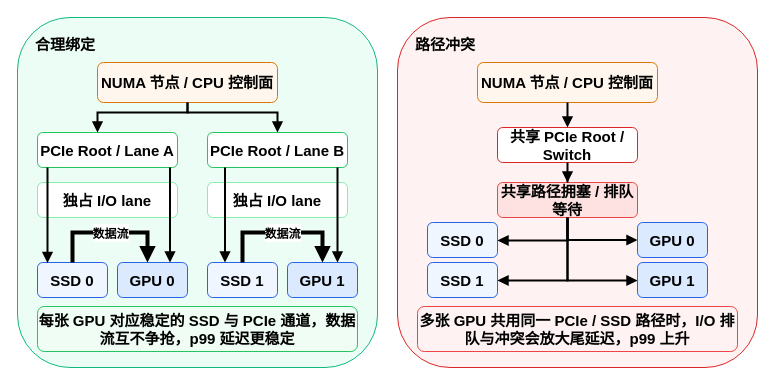
HuangEven/latex-template keeps this draw.io diagram as figures/fig5_3_topology_aware_io_lane.drawio. Above is the earlier version. Source tidied: cells renumbered, new cells numbered last; positions are measured from the earlier drawing's top-left corner, leaving out a move shared by most shapes. Both pictures are drawn from the tidied source at 100%, with x=0, y=0 at pixel (17, 17).
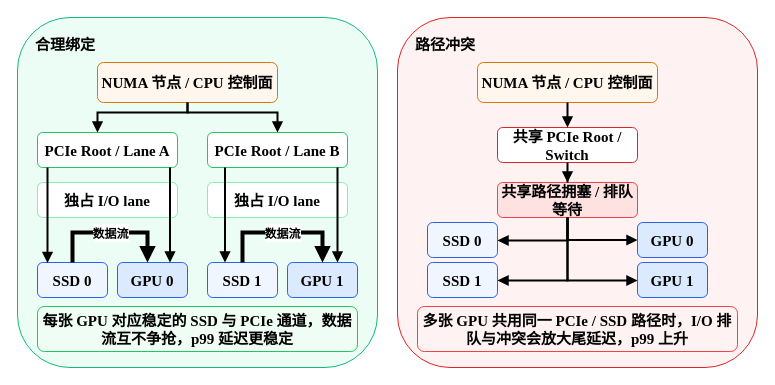
After the change.

What changed in the source:
```diff
@@
-    <mxCell id="2" value="合理绑定" style="rounded=1;whiteSpace=wrap;html=1;fillColor=#ECFDF5;strokeColor=#10B981;fontStyle=1;fontSize=15;align=left;spacingLeft=16;verticalAlign=top;spacingTop=12;fontColor=#000000;" parent="1" vertex="1">
+    <mxCell id="2" value="合理绑定" style="rounded=1;whiteSpace=wrap;html=1;fillColor=#ECFDF5;strokeColor=#10B981;fontStyle=1;fontSize=15;align=left;spacingLeft=16;verticalAlign=top;spacingTop=12;fontColor=#000000;fontFamily=Times New Roman;" parent="1" vertex="1">
       <mxGeometry width="360" height="350" as="geometry" />
     </mxCell>
-    <mxCell id="3" value="路径冲突" style="rounded=1;whiteSpace=wrap;html=1;fillColor=#FEF2F2;strokeColor=#DC2626;fontStyle=1;fontSize=15;align=left;spacingLeft=16;verticalAlign=top;spacingTop=12;fontColor=#000000;" parent="1" vertex="1">
+    <mxCell id="3" value="路径冲突" style="rounded=1;whiteSpace=wrap;html=1;fillColor=#FEF2F2;strokeColor=#DC2626;fontStyle=1;fontSize=15;align=left;spacingLeft=16;verticalAlign=top;spacingTop=12;fontColor=#000000;fontFamily=Times New Roman;" parent="1" vertex="1">
       <mxGeometry x="380" width="360" height="350" as="geometry" />
     </mxCell>
-    <mxCell id="4" value="NUMA 节点 / CPU 控制面" style="rounded=1;whiteSpace=wrap;html=1;fillColor=#FFF7ED;strokeColor=#D97706;fontStyle=1;fontSize=15;fontColor=#000000;" parent="1" vertex="1">
+    <mxCell id="4" value="NUMA 节点 / CPU 控制面" style="rounded=1;whiteSpace=wrap;html=1;fillColor=#FFF7ED;strokeColor=#D97706;fontStyle=1;fontSize=15;fontColor=#000000;fontFamily=Times New Roman;" parent="1" vertex="1">
       <mxGeometry x="80" y="45" width="180" height="40" as="geometry" />
     </mxCell>
-    <mxCell id="5" value="PCIe Root / Lane A" style="rounded=1;whiteSpace=wrap;html=1;fillColor=#FFFFFF;strokeColor=#22C55E;fontStyle=1;fontSize=15;fontColor=#000000;" parent="1" vertex="1">
+    <mxCell id="5" value="PCIe Root / Lane A" style="rounded=1;whiteSpace=wrap;html=1;fillColor=#FFFFFF;strokeColor=#22C55E;fontStyle=1;fontSize=15;fontColor=#000000;fontFamily=Times New Roman;" parent="1" vertex="1">
       <mxGeometry x="20" y="115" width="140" height="35" as="geometry" />
     </mxCell>
-    <mxCell id="6" value="PCIe Root / Lane B" style="rounded=1;whiteSpace=wrap;html=1;fillColor=#FFFFFF;strokeColor=#22C55E;fontStyle=1;fontSize=15;fontColor=#000000;" parent="1" vertex="1">
+    <mxCell id="6" value="PCIe Root / Lane B" style="rounded=1;whiteSpace=wrap;html=1;fillColor=#FFFFFF;strokeColor=#22C55E;fontStyle=1;fontSize=15;fontColor=#000000;fontFamily=Times New Roman;" parent="1" vertex="1">
       <mxGeometry x="190" y="115" width="140" height="35" as="geometry" />
     </mxCell>
-    <mxCell id="7" value="SSD 0" style="rounded=1;whiteSpace=wrap;html=1;fillColor=#EFF6FF;strokeColor=#2563EB;fontSize=15;fontStyle=1;fontColor=#000000;" parent="1" vertex="1">
+    <mxCell id="7" value="SSD 0" style="rounded=1;whiteSpace=wrap;html=1;fillColor=#EFF6FF;strokeColor=#2563EB;fontSize=15;fontStyle=1;fontColor=#000000;fontFamily=Times New Roman;" parent="1" vertex="1">
       <mxGeometry x="20" y="245" width="70" height="35" as="geometry" />
     </mxCell>
-    <mxCell id="8" value="GPU 0" style="rounded=1;whiteSpace=wrap;html=1;fillColor=#DBEAFE;strokeColor=#2563EB;fontSize=15;fontStyle=1;fontColor=#000000;" parent="1" vertex="1">
+    <mxCell id="8" value="GPU 0" style="rounded=1;whiteSpace=wrap;html=1;fillColor=#DBEAFE;strokeColor=#2563EB;fontSize=15;fontStyle=1;fontColor=#000000;fontFamily=Times New Roman;" parent="1" vertex="1">
       <mxGeometry x="100" y="245" width="70" height="35" as="geometry" />
     </mxCell>
-    <mxCell id="9" value="SSD 1" style="rounded=1;whiteSpace=wrap;html=1;fillColor=#EFF6FF;strokeColor=#2563EB;fontSize=15;fontStyle=1;fontColor=#000000;" parent="1" vertex="1">
+    <mxCell id="9" value="SSD 1" style="rounded=1;whiteSpace=wrap;html=1;fillColor=#EFF6FF;strokeColor=#2563EB;fontSize=15;fontStyle=1;fontColor=#000000;fontFamily=Times New Roman;" parent="1" vertex="1">
       <mxGeometry x="190" y="245" width="70" height="35" as="geometry" />
     </mxCell>
-    <mxCell id="10" value="GPU 1" style="rounded=1;whiteSpace=wrap;html=1;fillColor=#DBEAFE;strokeColor=#2563EB;fontSize=15;fontStyle=1;rotation=0;fontColor=#000000;" parent="1" vertex="1">
+    <mxCell id="10" value="GPU 1" style="rounded=1;whiteSpace=wrap;html=1;fillColor=#DBEAFE;strokeColor=#2563EB;fontSize=15;fontStyle=1;rotation=0;fontColor=#000000;fontFamily=Times New Roman;" parent="1" vertex="1">
       <mxGeometry x="270" y="245" width="70" height="35" as="geometry" />
     </mxCell>
-    <mxCell id="11" value="独占 I/O lane" style="rounded=1;whiteSpace=wrap;html=1;fillColor=#FFFFFF;strokeColor=#86EFAC;fontSize=15;fontColor=#000000;fontStyle=1;" parent="1" vertex="1">
+    <mxCell id="11" value="独占 I/O lane" style="rounded=1;whiteSpace=wrap;html=1;fillColor=#FFFFFF;strokeColor=#86EFAC;fontSize=15;fontColor=#000000;fontStyle=1;fontFamily=Times New Roman;" parent="1" vertex="1">
       <mxGeometry x="20" y="165" width="140" height="35" as="geometry" />
     </mxCell>
-    <mxCell id="12" value="独占 I/O lane" style="rounded=1;whiteSpace=wrap;html=1;fillColor=#FFFFFF;strokeColor=#86EFAC;fontSize=15;fontColor=#000000;fontStyle=1;" parent="1" vertex="1">
+    <mxCell id="12" value="独占 I/O lane" style="rounded=1;whiteSpace=wrap;html=1;fillColor=#FFFFFF;strokeColor=#86EFAC;fontSize=15;fontColor=#000000;fontStyle=1;fontFamily=Times New Roman;" parent="1" vertex="1">
       <mxGeometry x="190" y="165" width="140" height="35" as="geometry" />
     </mxCell>
-    <mxCell id="13" value="每张 GPU 对应稳定的 SSD 与 PCIe 通道，数据流互不争抢，p99 延迟更稳定" style="rounded=1;whiteSpace=wrap;html=1;fillColor=#F0FDF4;strokeColor=#22C55E;fontSize=15;fontStyle=1;fontColor=#000000;rotation=0;" parent="1" vertex="1">
+    <mxCell id="13" value="每张 GPU 对应稳定的 SSD 与 PCIe 通道，数据流互不争抢，p99 延迟更稳定" style="rounded=1;whiteSpace=wrap;html=1;fillColor=#F0FDF4;strokeColor=#22C55E;fontSize=15;fontStyle=1;fontColor=#000000;rotation=0;fontFamily=Times New Roman;" parent="1" vertex="1">
       <mxGeometry x="20" y="289" width="320" height="45" as="geometry" />
     </mxCell>
-    <mxCell id="14" value="NUMA 节点 / CPU 控制面" style="rounded=1;whiteSpace=wrap;html=1;fillColor=#FFF7ED;strokeColor=#D97706;fontStyle=1;fontSize=15;rotation=0;fontColor=#000000;" parent="1" vertex="1">
+    <mxCell id="14" value="NUMA 节点 / CPU 控制面" style="rounded=1;whiteSpace=wrap;html=1;fillColor=#FFF7ED;strokeColor=#D97706;fontStyle=1;fontSize=15;rotation=0;fontColor=#000000;fontFamily=Times New Roman;" parent="1" vertex="1">
       <mxGeometry x="460" y="45" width="180" height="40" as="geometry" />
     </mxCell>
-    <mxCell id="15" value="共享 PCIe Root / Switch" style="rounded=1;whiteSpace=wrap;html=1;fillColor=#FFFFFF;strokeColor=#DC2626;fontStyle=1;fontSize=15;fontColor=#000000;" parent="1" vertex="1">
+    <mxCell id="15" value="共享 PCIe Root / Switch" style="rounded=1;whiteSpace=wrap;html=1;fillColor=#FFFFFF;strokeColor=#DC2626;fontStyle=1;fontSize=15;fontColor=#000000;fontFamily=Times New Roman;" parent="1" vertex="1">
       <mxGeometry x="480" y="110" width="140" height="35" as="geometry" />
     </mxCell>
@@
-    <mxCell id="17" value="共享路径拥塞 / 排队等待" style="rounded=1;whiteSpace=wrap;html=1;fillColor=#FEE2E2;strokeColor=#EF4444;fontStyle=1;fontSize=15;fontColor=#000000;" parent="1" vertex="1">
+    <mxCell id="17" value="共享路径拥塞 / 排队等待" style="rounded=1;whiteSpace=wrap;html=1;fillColor=#FEE2E2;strokeColor=#EF4444;fontStyle=1;fontSize=15;fontColor=#000000;fontFamily=Times New Roman;" parent="1" vertex="1">
       <mxGeometry x="480" y="165" width="140" height="35" as="geometry" />
     </mxCell>
-    <mxCell id="18" value="SSD 0" style="rounded=1;whiteSpace=wrap;html=1;fillColor=#EFF6FF;strokeColor=#2563EB;fontSize=15;fontStyle=1;fontColor=#000000;" parent="1" vertex="1">
+    <mxCell id="18" value="SSD 0" style="rounded=1;whiteSpace=wrap;html=1;fillColor=#EFF6FF;strokeColor=#2563EB;fontSize=15;fontStyle=1;fontColor=#000000;fontFamily=Times New Roman;" parent="1" vertex="1">
       <mxGeometry x="410" y="205" width="70" height="35" as="geometry" />
     </mxCell>
-    <mxCell id="19" value="SSD 1" style="rounded=1;whiteSpace=wrap;html=1;fillColor=#EFF6FF;strokeColor=#2563EB;fontSize=15;fontStyle=1;fontColor=#000000;" parent="1" vertex="1">
+    <mxCell id="19" value="SSD 1" style="rounded=1;whiteSpace=wrap;html=1;fillColor=#EFF6FF;strokeColor=#2563EB;fontSize=15;fontStyle=1;fontColor=#000000;fontFamily=Times New Roman;" parent="1" vertex="1">
       <mxGeometry x="410" y="245" width="70" height="35" as="geometry" />
     </mxCell>
-    <mxCell id="20" value="GPU 0" style="rounded=1;whiteSpace=wrap;html=1;fillColor=#DBEAFE;strokeColor=#2563EB;fontSize=15;fontStyle=1;fontColor=#000000;" parent="1" vertex="1">
+    <mxCell id="20" value="GPU 0" style="rounded=1;whiteSpace=wrap;html=1;fillColor=#DBEAFE;strokeColor=#2563EB;fontSize=15;fontStyle=1;fontColor=#000000;fontFamily=Times New Roman;" parent="1" vertex="1">
       <mxGeometry x="620" y="205" width="70" height="35" as="geometry" />
     </mxCell>
-    <mxCell id="21" value="多张 GPU 共用同一 PCIe / SSD 路径时，I/O 排队与冲突会放大尾延迟，p99 上升" style="rounded=1;whiteSpace=wrap;html=1;fillColor=#FEF2F2;strokeColor=#EF4444;fontSize=15;fontStyle=1;fontColor=#000000;rotation=0;" parent="1" vertex="1">
+    <mxCell id="21" value="多张 GPU 共用同一 PCIe / SSD 路径时，I/O 排队与冲突会放大尾延迟，p99 上升" style="rounded=1;whiteSpace=wrap;html=1;fillColor=#FEF2F2;strokeColor=#EF4444;fontSize=15;fontStyle=1;fontColor=#000000;rotation=0;fontFamily=Times New Roman;" parent="1" vertex="1">
       <mxGeometry x="400" y="289" width="320" height="45" as="geometry" />
     </mxCell>
@@
-    <mxCell id="24" value="&lt;font style=&quot;font-size: 12px;&quot;&gt;数据流&lt;/font&gt;" style="edgeStyle=orthogonalEdgeStyle;rounded=0;jettySize=auto;html=1;strokeColor=#000000;strokeWidth=4;endArrow=block;fontSize=15;labelBackgroundColor=#ffffff;fontColor=#000000;fontStyle=1;" parent="1" edge="1" source="7" target="8">
+    <mxCell id="24" value="&lt;font style=&quot;font-size: 12px;&quot;&gt;数据流&lt;/font&gt;" style="edgeStyle=orthogonalEdgeStyle;rounded=0;jettySize=auto;html=1;strokeColor=#000000;strokeWidth=4;endArrow=block;fontSize=15;labelBackgroundColor=#ffffff;fontColor=#000000;fontStyle=1;fontFamily=Times New Roman;" parent="1" edge="1" source="7" target="8">
       <mxGeometry relative="1" as="geometry">
         <Array as="points">
           <mxPoint x="55" y="215" />
           <mxPoint x="130" y="215" />
         </Array>
       </mxGeometry>
     </mxCell>
-    <mxCell id="25" value="&lt;font style=&quot;font-size: 12px;&quot;&gt;数据流&lt;/font&gt;" style="edgeStyle=orthogonalEdgeStyle;rounded=0;jettySize=auto;html=1;strokeColor=#000000;strokeWidth=4;endArrow=block;fontSize=15;labelBackgroundColor=#ffffff;fontColor=#000000;fontStyle=1;" parent="1" edge="1" source="9" target="10">
+    <mxCell id="25" value="&lt;font style=&quot;font-size: 12px;&quot;&gt;数据流&lt;/font&gt;" style="edgeStyle=orthogonalEdgeStyle;rounded=0;jettySize=auto;html=1;strokeColor=#000000;strokeWidth=4;endArrow=block;fontSize=15;labelBackgroundColor=#ffffff;fontColor=#000000;fontStyle=1;fontFamily=Times New Roman;" parent="1" edge="1" source="9" target="10">
       <mxGeometry relative="1" as="geometry">
         <Array as="points">
           <mxPoint x="225" y="215" />
           <mxPoint x="305" y="215" />
         </Array>
       </mxGeometry>
     </mxCell>
@@
-    <mxCell id="35" value="GPU 1" style="rounded=1;whiteSpace=wrap;html=1;fillColor=#DBEAFE;strokeColor=#2563EB;fontSize=15;fontStyle=1;fontColor=#000000;" parent="1" vertex="1">
+    <mxCell id="35" value="GPU 1" style="rounded=1;whiteSpace=wrap;html=1;fillColor=#DBEAFE;strokeColor=#2563EB;fontSize=15;fontStyle=1;fontColor=#000000;fontFamily=Times New Roman;" parent="1" vertex="1">
       <mxGeometry x="620" y="245" width="70" height="35" as="geometry" />
     </mxCell>
```
